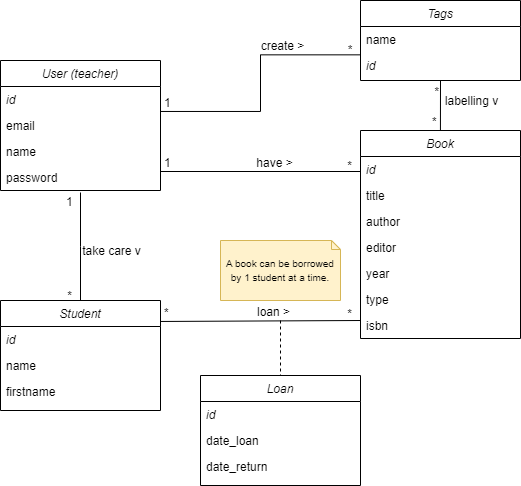
The draw.io diagram docs/model.png in Forestierr/Bibliotheque-Flask, before a commit. Source tidied: cells renumbered, new cells last; positions are measured from the earlier drawing's top-left corner, leaving out a move shared by most shapes. Source of this version:
```xml
<mxGraphModel>
  <root>
    <mxCell id="0" />
    <mxCell id="1" parent="0" />
    <mxCell id="2" value="User (teacher)" style="swimlane;fontStyle=2;align=center;verticalAlign=top;horizontal=1;startSize=26;rounded=0;shadow=0;strokeWidth=1;" parent="1" vertex="1">
      <mxGeometry y="60" width="160" height="130" as="geometry" />
    </mxCell>
    <mxCell id="3" value="id" style="text;align=left;verticalAlign=top;spacingLeft=4;spacingRight=4;overflow=hidden;fontStyle=2;" parent="2" vertex="1">
      <mxGeometry y="26" width="160" height="26" as="geometry" />
    </mxCell>
    <mxCell id="4" value="email" style="text;align=left;verticalAlign=top;spacingLeft=4;spacingRight=4;overflow=hidden;rounded=0;shadow=0;html=0;" parent="2" vertex="1">
      <mxGeometry y="52" width="160" height="26" as="geometry" />
    </mxCell>
    <mxCell id="5" value="name" style="text;align=left;verticalAlign=top;spacingLeft=4;spacingRight=4;overflow=hidden;rounded=0;shadow=0;html=0;" parent="2" vertex="1">
      <mxGeometry y="78" width="160" height="26" as="geometry" />
    </mxCell>
    <mxCell id="6" value="password" style="text;align=left;verticalAlign=top;spacingLeft=4;spacingRight=4;overflow=hidden;points=[[0,0.5],[1,0.5]];portConstraint=eastwest;rounded=0;shadow=0;html=0;" parent="2" vertex="1">
      <mxGeometry y="104" width="160" height="26" as="geometry" />
    </mxCell>
    <mxCell id="7" value="Book" style="swimlane;fontStyle=2;align=center;verticalAlign=top;horizontal=1;startSize=26;rounded=0;shadow=0;strokeWidth=1;" parent="1" vertex="1">
      <mxGeometry x="360" y="130" width="160" height="208" as="geometry" />
    </mxCell>
    <mxCell id="8" value="id" style="text;align=left;verticalAlign=top;spacingLeft=4;spacingRight=4;overflow=hidden;fontStyle=2;" parent="7" vertex="1">
      <mxGeometry y="26" width="160" height="26" as="geometry" />
    </mxCell>
    <mxCell id="9" value="title" style="text;align=left;verticalAlign=top;spacingLeft=4;spacingRight=4;overflow=hidden;rounded=0;shadow=0;html=0;" parent="7" vertex="1">
      <mxGeometry y="52" width="160" height="26" as="geometry" />
    </mxCell>
    <mxCell id="10" value="author " style="text;align=left;verticalAlign=top;spacingLeft=4;spacingRight=4;overflow=hidden;rounded=0;shadow=0;html=0;" parent="7" vertex="1">
      <mxGeometry y="78" width="160" height="26" as="geometry" />
    </mxCell>
    <mxCell id="11" value="editor" style="text;align=left;verticalAlign=top;spacingLeft=4;spacingRight=4;overflow=hidden;rounded=0;shadow=0;html=0;" parent="7" vertex="1">
      <mxGeometry y="104" width="160" height="26" as="geometry" />
    </mxCell>
    <mxCell id="12" value="year" style="text;align=left;verticalAlign=top;spacingLeft=4;spacingRight=4;overflow=hidden;rounded=0;shadow=0;html=0;" parent="7" vertex="1">
      <mxGeometry y="130" width="160" height="26" as="geometry" />
    </mxCell>
    <mxCell id="13" value="type" style="text;align=left;verticalAlign=top;spacingLeft=4;spacingRight=4;overflow=hidden;rounded=0;shadow=0;html=0;" parent="7" vertex="1">
      <mxGeometry y="156" width="160" height="26" as="geometry" />
    </mxCell>
    <mxCell id="14" value="isbn" style="text;align=left;verticalAlign=top;spacingLeft=4;spacingRight=4;overflow=hidden;rounded=0;shadow=0;html=0;" parent="7" vertex="1">
      <mxGeometry y="182" width="160" height="26" as="geometry" />
    </mxCell>
    <mxCell id="15" style="endArrow=none;shadow=0;strokeWidth=1;rounded=0;curved=0;endFill=0;edgeStyle=elbowEdgeStyle;elbow=vertical;entryX=0;entryY=0.5;entryDx=0;entryDy=0;" parent="1" edge="1">
      <mxGeometry x="0.5" y="41" relative="1" as="geometry">
        <mxPoint x="160" y="171" as="sourcePoint" />
        <mxPoint x="360" y="170" as="targetPoint" />
        <mxPoint x="-40" y="32" as="offset" />
      </mxGeometry>
    </mxCell>
    <mxCell id="16" value="1" style="align=left;verticalAlign=bottom;labelBackgroundColor=none;fontSize=12;" parent="15" vertex="1">
      <mxGeometry x="-1" relative="1" as="geometry">
        <mxPoint x="2" as="offset" />
      </mxGeometry>
    </mxCell>
    <mxCell id="17" value="*" style="align=right;verticalAlign=bottom;labelBackgroundColor=none;fontSize=12;" parent="15" vertex="1">
      <mxGeometry x="1" relative="1" as="geometry">
        <mxPoint x="-7" y="4" as="offset" />
      </mxGeometry>
    </mxCell>
    <mxCell id="18" value="have &amp;gt;" style="text;html=1;align=center;verticalAlign=middle;labelBackgroundColor=none;rounded=0;shadow=0;strokeWidth=1;fontSize=12;" parent="15" vertex="1">
      <mxGeometry x="0.5" y="49" relative="1" as="geometry">
        <mxPoint x="-38" y="40" as="offset" />
      </mxGeometry>
    </mxCell>
    <mxCell id="19" value="Student" style="swimlane;fontStyle=2;align=center;verticalAlign=top;horizontal=1;startSize=26;rounded=0;shadow=0;strokeWidth=1;" parent="1" vertex="1">
      <mxGeometry y="300" width="160" height="110" as="geometry" />
    </mxCell>
    <mxCell id="20" value="id" style="text;align=left;verticalAlign=top;spacingLeft=4;spacingRight=4;overflow=hidden;fontStyle=2;" parent="19" vertex="1">
      <mxGeometry y="26" width="160" height="26" as="geometry" />
    </mxCell>
    <mxCell id="21" value="name" style="text;align=left;verticalAlign=top;spacingLeft=4;spacingRight=4;overflow=hidden;rounded=0;shadow=0;html=0;" parent="19" vertex="1">
      <mxGeometry y="52" width="160" height="26" as="geometry" />
    </mxCell>
    <mxCell id="22" value="firstname" style="text;align=left;verticalAlign=top;spacingLeft=4;spacingRight=4;overflow=hidden;rounded=0;shadow=0;html=0;" parent="19" vertex="1">
      <mxGeometry y="78" width="160" height="26" as="geometry" />
    </mxCell>
    <mxCell id="23" style="endArrow=none;shadow=0;strokeWidth=1;rounded=0;curved=0;endFill=0;edgeStyle=elbowEdgeStyle;elbow=vertical;entryX=0.5;entryY=0;entryDx=0;entryDy=0;exitX=0.5;exitY=1.077;exitDx=0;exitDy=0;exitPerimeter=0;" parent="1" edge="1" source="6" target="19">
      <mxGeometry x="0.5" y="41" relative="1" as="geometry">
        <mxPoint x="-40" y="32" as="offset" />
      </mxGeometry>
    </mxCell>
    <mxCell id="24" value="1" style="align=left;verticalAlign=bottom;labelBackgroundColor=none;fontSize=12;" parent="23" vertex="1">
      <mxGeometry x="-1" relative="1" as="geometry">
        <mxPoint x="-16" y="18" as="offset" />
      </mxGeometry>
    </mxCell>
    <mxCell id="25" value="*" style="align=right;verticalAlign=bottom;labelBackgroundColor=none;fontSize=12;" parent="23" vertex="1">
      <mxGeometry x="1" relative="1" as="geometry">
        <mxPoint x="-7" y="4" as="offset" />
      </mxGeometry>
    </mxCell>
    <mxCell id="26" value="take care v" style="text;html=1;align=center;verticalAlign=middle;labelBackgroundColor=none;rounded=0;shadow=0;strokeWidth=1;fontSize=12;" parent="23" vertex="1">
      <mxGeometry x="0.5" y="49" relative="1" as="geometry">
        <mxPoint x="-19" y="-23" as="offset" />
      </mxGeometry>
    </mxCell>
    <mxCell id="27" value="Loan" style="swimlane;fontStyle=2;align=center;verticalAlign=top;horizontal=1;startSize=26;rounded=0;shadow=0;strokeWidth=1;" parent="1" vertex="1">
      <mxGeometry x="200" y="375" width="160" height="110" as="geometry" />
    </mxCell>
    <mxCell id="28" value="id" style="text;align=left;verticalAlign=top;spacingLeft=4;spacingRight=4;overflow=hidden;fontStyle=2;" parent="27" vertex="1">
      <mxGeometry y="26" width="160" height="26" as="geometry" />
    </mxCell>
    <mxCell id="29" value="date_loan" style="text;align=left;verticalAlign=top;spacingLeft=4;spacingRight=4;overflow=hidden;rounded=0;shadow=0;html=0;" parent="27" vertex="1">
      <mxGeometry y="52" width="160" height="26" as="geometry" />
    </mxCell>
    <mxCell id="30" value="date_return" style="text;align=left;verticalAlign=top;spacingLeft=4;spacingRight=4;overflow=hidden;rounded=0;shadow=0;html=0;" parent="27" vertex="1">
      <mxGeometry y="78" width="160" height="26" as="geometry" />
    </mxCell>
    <mxCell id="31" style="endArrow=none;shadow=0;strokeWidth=1;rounded=0;curved=0;endFill=0;edgeStyle=elbowEdgeStyle;elbow=vertical;entryX=0;entryY=0.5;entryDx=0;entryDy=0;" parent="1" edge="1">
      <mxGeometry x="0.5" y="41" relative="1" as="geometry">
        <mxPoint x="160" y="321" as="sourcePoint" />
        <mxPoint x="360" y="320" as="targetPoint" />
        <mxPoint x="-40" y="32" as="offset" />
      </mxGeometry>
    </mxCell>
    <mxCell id="32" value="*" style="align=left;verticalAlign=bottom;labelBackgroundColor=none;fontSize=12;" parent="31" vertex="1">
      <mxGeometry x="-1" relative="1" as="geometry">
        <mxPoint x="2" as="offset" />
      </mxGeometry>
    </mxCell>
    <mxCell id="33" value="*" style="align=right;verticalAlign=bottom;labelBackgroundColor=none;fontSize=12;" parent="31" vertex="1">
      <mxGeometry x="1" relative="1" as="geometry">
        <mxPoint x="-7" y="2" as="offset" />
      </mxGeometry>
    </mxCell>
    <mxCell id="34" value="loan &amp;gt;" style="text;html=1;align=center;verticalAlign=middle;labelBackgroundColor=none;rounded=0;shadow=0;strokeWidth=1;fontSize=12;" parent="31" vertex="1">
      <mxGeometry x="0.5" y="49" relative="1" as="geometry">
        <mxPoint x="-38" y="40" as="offset" />
      </mxGeometry>
    </mxCell>
    <mxCell id="35" style="endArrow=none;shadow=0;strokeWidth=1;rounded=0;curved=0;endFill=0;edgeStyle=elbowEdgeStyle;elbow=vertical;entryX=0.5;entryY=0;entryDx=0;entryDy=0;dashed=1;" parent="1" edge="1" target="27">
      <mxGeometry x="0.5" y="41" relative="1" as="geometry">
        <mxPoint x="280" y="320" as="sourcePoint" />
        <mxPoint x="-40" y="32" as="offset" />
      </mxGeometry>
    </mxCell>
    <mxCell id="36" value="&lt;font style=&quot;font-size: 10px;&quot;&gt;A book can be borrowed by 1 student at a time.&lt;/font&gt;" style="shape=note2;boundedLbl=1;whiteSpace=wrap;html=1;size=9;verticalAlign=top;align=center;fillColor=#fff2cc;strokeColor=#d6b656;" parent="1" vertex="1">
      <mxGeometry x="220" y="240" width="120" height="60" as="geometry" />
    </mxCell>
    <mxCell id="37" value="Tags" style="swimlane;fontStyle=2;align=center;verticalAlign=top;horizontal=1;startSize=26;rounded=0;shadow=0;strokeWidth=1;" parent="1" vertex="1">
      <mxGeometry x="360" width="160" height="80" as="geometry" />
    </mxCell>
    <mxCell id="38" value="name" style="text;align=left;verticalAlign=top;spacingLeft=4;spacingRight=4;overflow=hidden;points=[[0,0.5],[1,0.5]];portConstraint=eastwest;rounded=0;shadow=0;html=0;" parent="37" vertex="1">
      <mxGeometry y="26" width="160" height="26" as="geometry" />
    </mxCell>
    <mxCell id="39" value="id" style="text;align=left;verticalAlign=top;spacingLeft=4;spacingRight=4;overflow=hidden;points=[[0,0.5],[1,0.5]];portConstraint=eastwest;fontStyle=2;" parent="37" vertex="1">
      <mxGeometry y="52" width="160" height="26" as="geometry" />
    </mxCell>
    <mxCell id="40" style="endArrow=none;shadow=0;strokeWidth=1;rounded=0;endFill=0;edgeStyle=elbowEdgeStyle;entryX=0.001;entryY=1.09;entryDx=0;entryDy=0;entryPerimeter=0;" parent="1" edge="1" target="38">
      <mxGeometry x="0.5" y="41" relative="1" as="geometry">
        <mxPoint x="160" y="111" as="sourcePoint" />
        <mxPoint x="-40" y="32" as="offset" />
      </mxGeometry>
    </mxCell>
    <mxCell id="41" value="1" style="align=left;verticalAlign=bottom;labelBackgroundColor=none;fontSize=12;" parent="40" vertex="1">
      <mxGeometry x="-1" relative="1" as="geometry">
        <mxPoint x="2" as="offset" />
      </mxGeometry>
    </mxCell>
    <mxCell id="42" value="*" style="align=right;verticalAlign=bottom;labelBackgroundColor=none;fontSize=12;" parent="40" vertex="1">
      <mxGeometry x="1" relative="1" as="geometry">
        <mxPoint x="-7" y="4" as="offset" />
      </mxGeometry>
    </mxCell>
    <mxCell id="43" value="create &amp;gt;" style="text;html=1;align=center;verticalAlign=middle;labelBackgroundColor=none;rounded=0;shadow=0;strokeWidth=1;fontSize=12;" parent="40" vertex="1">
      <mxGeometry x="0.5" y="49" relative="1" as="geometry">
        <mxPoint x="-15" y="40" as="offset" />
      </mxGeometry>
    </mxCell>
    <mxCell id="44" style="endArrow=none;shadow=0;strokeWidth=1;rounded=0;endFill=0;edgeStyle=elbowEdgeStyle;entryX=0.5;entryY=1;entryDx=0;entryDy=0;exitX=0.5;exitY=0;exitDx=0;exitDy=0;" parent="1" edge="1">
      <mxGeometry x="0.5" y="41" relative="1" as="geometry">
        <mxPoint x="439.9" y="130" as="sourcePoint" />
        <mxPoint x="439.9" y="80" as="targetPoint" />
        <mxPoint x="-40" y="32" as="offset" />
      </mxGeometry>
    </mxCell>
    <mxCell id="45" value="*" style="align=left;verticalAlign=bottom;labelBackgroundColor=none;fontSize=12;" parent="44" vertex="1">
      <mxGeometry x="-1" relative="1" as="geometry">
        <mxPoint x="-10" as="offset" />
      </mxGeometry>
    </mxCell>
    <mxCell id="46" value="*" style="align=right;verticalAlign=bottom;labelBackgroundColor=none;fontSize=12;" parent="44" vertex="1">
      <mxGeometry x="1" relative="1" as="geometry">
        <mxPoint y="20" as="offset" />
      </mxGeometry>
    </mxCell>
    <mxCell id="47" value="labelling v" style="text;html=1;align=center;verticalAlign=middle;labelBackgroundColor=none;rounded=0;shadow=0;strokeWidth=1;fontSize=12;" parent="44" vertex="1">
      <mxGeometry x="0.5" y="49" relative="1" as="geometry">
        <mxPoint x="79" y="8" as="offset" />
      </mxGeometry>
    </mxCell>
  </root>
</mxGraphModel>
```
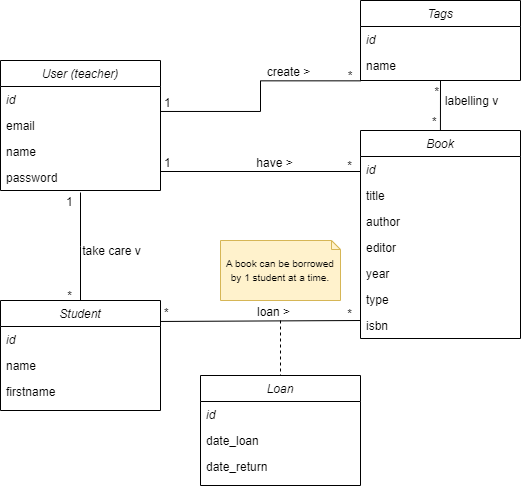
Above is the later version.

Commit message:
Change location of tag id

The edit, as a diff of the source:
```diff
@@ -141,13 +141,13 @@
     <mxCell id="37" value="Tags" style="swimlane;fontStyle=2;align=center;verticalAlign=top;horizontal=1;startSize=26;rounded=0;shadow=0;strokeWidth=1;" parent="1" vertex="1">
       <mxGeometry x="360" width="160" height="80" as="geometry" />
     </mxCell>
-    <mxCell id="38" value="name" style="text;align=left;verticalAlign=top;spacingLeft=4;spacingRight=4;overflow=hidden;points=[[0,0.5],[1,0.5]];portConstraint=eastwest;rounded=0;shadow=0;html=0;" parent="37" vertex="1">
+    <mxCell id="38" value="id" style="text;align=left;verticalAlign=top;spacingLeft=4;spacingRight=4;overflow=hidden;points=[[0,0.5],[1,0.5]];portConstraint=eastwest;fontStyle=2;" parent="37" vertex="1">
       <mxGeometry y="26" width="160" height="26" as="geometry" />
     </mxCell>
-    <mxCell id="39" value="id" style="text;align=left;verticalAlign=top;spacingLeft=4;spacingRight=4;overflow=hidden;points=[[0,0.5],[1,0.5]];portConstraint=eastwest;fontStyle=2;" parent="37" vertex="1">
+    <mxCell id="39" value="name" style="text;align=left;verticalAlign=top;spacingLeft=4;spacingRight=4;overflow=hidden;points=[[0,0.5],[1,0.5]];portConstraint=eastwest;rounded=0;shadow=0;html=0;" parent="37" vertex="1">
       <mxGeometry y="52" width="160" height="26" as="geometry" />
     </mxCell>
-    <mxCell id="40" style="endArrow=none;shadow=0;strokeWidth=1;rounded=0;endFill=0;edgeStyle=elbowEdgeStyle;entryX=0.001;entryY=1.09;entryDx=0;entryDy=0;entryPerimeter=0;" parent="1" edge="1" target="38">
+    <mxCell id="40" style="endArrow=none;shadow=0;strokeWidth=1;rounded=0;endFill=0;edgeStyle=elbowEdgeStyle;entryX=0.001;entryY=1.09;entryDx=0;entryDy=0;entryPerimeter=0;" parent="1" edge="1" target="39">
       <mxGeometry x="0.5" y="41" relative="1" as="geometry">
         <mxPoint x="160" y="111" as="sourcePoint" />
         <mxPoint x="-40" y="32" as="offset" />
```
